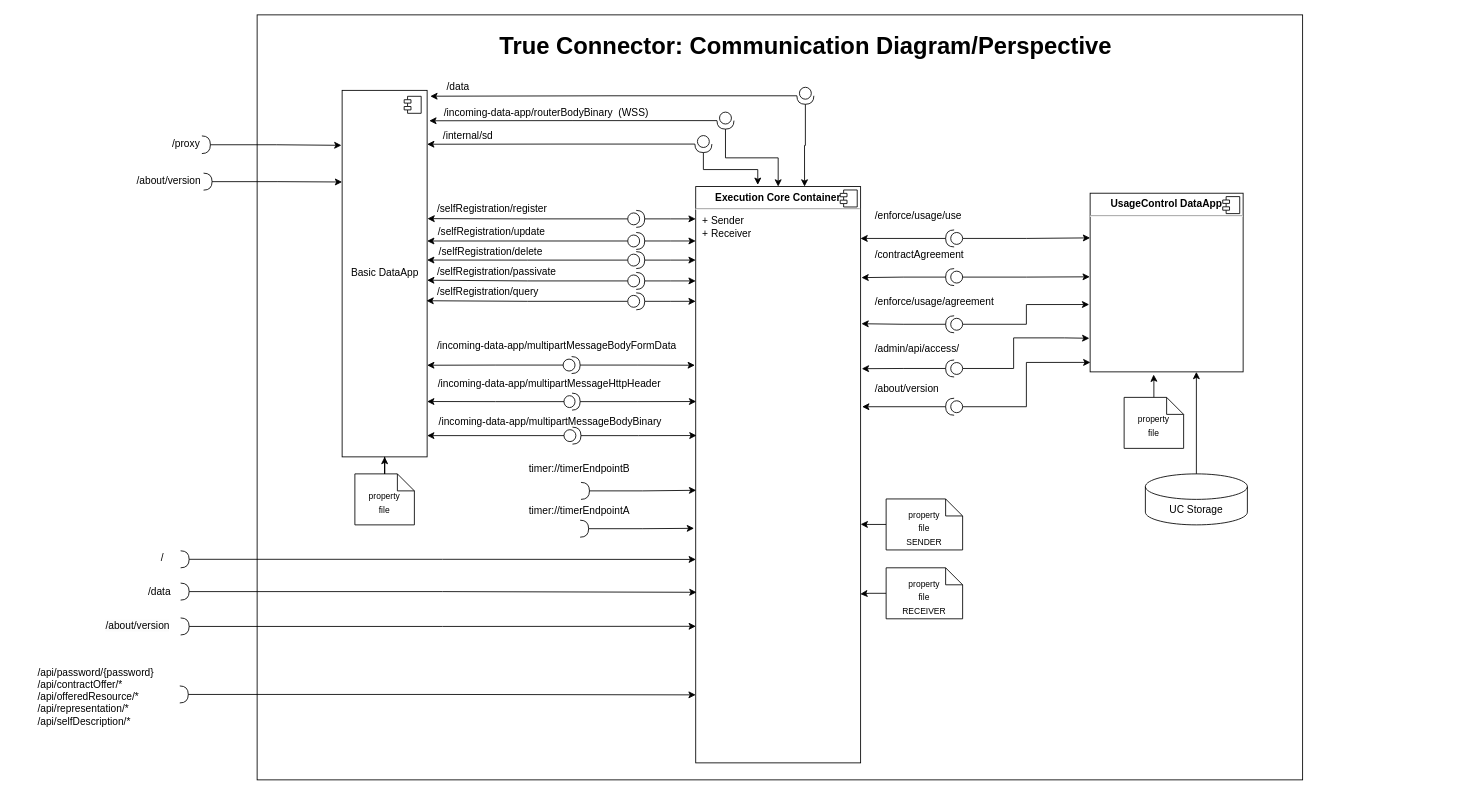
Above: doc/diagrams/TRUEConnector diagram.drawio in Engineering-Research-and-Development/true-connector (draw.io), before the change. Source tidied: cells renumbered, new cells numbered last; positions are measured from the earlier drawing's top-left corner, leaving out a move shared by most shapes. Both pictures are drawn from the tidied source at 85%, with x=0, y=0 at pixel (36, 14).
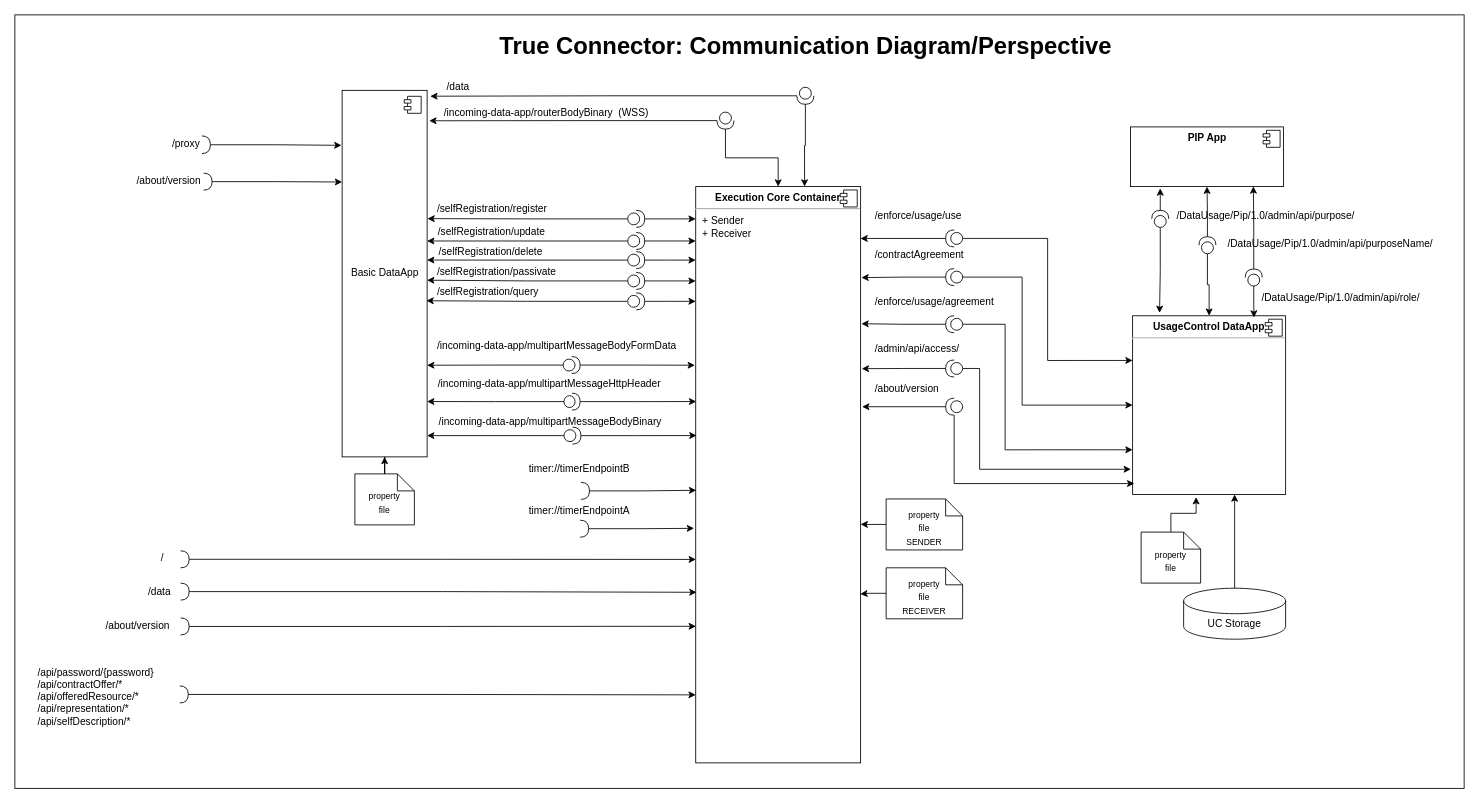
Above is the later version.

The change refers to these unchanged cells:
```xml
<mxCell id="3" value="Basic DataApp" style="html=1;" parent="1" vertex="1">
  <mxGeometry x="360" y="88.8" width="100" height="431.2" as="geometry" />
</mxCell>
<mxCell id="17" value="&lt;p style=&quot;margin:0px;margin-top:6px;text-align:center;&quot;&gt;&lt;b&gt;Execution Core Container&lt;/b&gt;&lt;/p&gt;&lt;hr&gt;&lt;p style=&quot;margin:0px;margin-left:8px;&quot;&gt;+ Sender&lt;br&gt;+ Receiver&lt;/p&gt;" style="align=left;overflow=fill;html=1;" parent="1" vertex="1">
  <mxGeometry x="776" y="202" width="194" height="678" as="geometry" />
</mxCell>
<mxCell id="79" style="shape=providedRequiredInterface;html=1;verticalLabelPosition=bottom;sketch=0;direction=west;" parent="1" vertex="1">
  <mxGeometry x="1070" y="298.5" width="20" height="20" as="geometry" />
</mxCell>
<mxCell id="82" style="shape=providedRequiredInterface;html=1;verticalLabelPosition=bottom;sketch=0;direction=west;" parent="1" vertex="1">
  <mxGeometry x="1070" y="354" width="20" height="20" as="geometry" />
</mxCell>
<mxCell id="86" style="shape=providedRequiredInterface;html=1;verticalLabelPosition=bottom;sketch=0;direction=west;" parent="1" vertex="1">
  <mxGeometry x="1070" y="406" width="20" height="20" as="geometry" />
</mxCell>
<mxCell id="108" style="shape=providedRequiredInterface;html=1;verticalLabelPosition=bottom;sketch=0;direction=west;" parent="1" vertex="1">
  <mxGeometry x="1070" y="451" width="20" height="20" as="geometry" />
</mxCell>
```

Diff of the diagram source:
```diff
@@
-    <mxCell id="2" style="rounded=0;whiteSpace=wrap;html=1;fontSize=10;" parent="1" vertex="1">
-      <mxGeometry x="260" width="1230" height="900" as="geometry" />
-    </mxCell>
+    <mxCell id="109" style="rounded=0;whiteSpace=wrap;html=1;" parent="1" vertex="1">
+      <mxGeometry x="-25" width="1705" height="910" as="geometry" />
+    </mxCell>
@@
     <mxCell id="5" value="&lt;p style=&quot;margin:0px;margin-top:6px;text-align:center;&quot;&gt;&lt;b&gt;UsageControl DataApp&lt;/b&gt;&lt;/p&gt;&lt;hr&gt;&lt;p style=&quot;margin:0px;margin-left:8px;&quot;&gt;&lt;br&gt;&lt;/p&gt;" style="align=left;overflow=fill;html=1;" parent="1" vertex="1">
-      <mxGeometry x="1240" y="209.8" width="180" height="210.2" as="geometry" />
+      <mxGeometry x="1290" y="354" width="180" height="210.2" as="geometry" />
     </mxCell>
@@
-    <mxCell id="23" value="/internal/sd" style="text;whiteSpace=wrap;html=1;" parent="1" vertex="1">
-      <mxGeometry x="477" y="128.1" width="90" height="30" as="geometry" />
-    </mxCell>
@@
     <mxCell id="36" value="UC Storage" style="shape=cylinder3;whiteSpace=wrap;html=1;boundedLbl=1;backgroundOutline=1;size=15;" parent="1" vertex="1">
-      <mxGeometry x="1305" y="540" width="120" height="60" as="geometry" />
+      <mxGeometry x="1350" y="674.5" width="120" height="60" as="geometry" />
     </mxCell>
@@
-    <mxCell id="39" style="edgeStyle=orthogonalEdgeStyle;rounded=0;jettySize=auto;html=1;" parent="1" edge="1" source="41">
-      <mxGeometry relative="1" as="geometry">
-        <mxPoint x="849" y="200" as="targetPoint" />
-        <Array as="points">
-          <mxPoint x="785" y="182" />
-          <mxPoint x="849" y="182" />
-        </Array>
-      </mxGeometry>
-    </mxCell>
-    <mxCell id="40" style="edgeStyle=orthogonalEdgeStyle;rounded=0;jettySize=auto;html=1;entryX=1;entryY=0.147;entryDx=0;entryDy=0;entryPerimeter=0;" parent="1" edge="1" source="41" target="3">
-      <mxGeometry relative="1" as="geometry" />
-    </mxCell>
-    <mxCell id="41" style="shape=providedRequiredInterface;html=1;verticalLabelPosition=bottom;sketch=0;direction=south;" parent="1" vertex="1">
-      <mxGeometry x="775" y="142" width="20" height="20" as="geometry" />
-    </mxCell>
@@
-    <mxCell id="78" style="edgeStyle=orthogonalEdgeStyle;rounded=0;jettySize=auto;html=1;entryX=-0.002;entryY=0.468;entryDx=0;entryDy=0;entryPerimeter=0;fontSize=10;" parent="1" edge="1" source="79" target="5">
-      <mxGeometry relative="1" as="geometry" />
+    <mxCell id="78" style="edgeStyle=orthogonalEdgeStyle;rounded=0;jettySize=auto;html=1;entryX=0;entryY=0.5;entryDx=0;entryDy=0;" parent="1" edge="1" source="79" target="5">
+      <mxGeometry relative="1" as="geometry">
+        <Array as="points">
+          <mxPoint x="1160" y="309" />
+          <mxPoint x="1160" y="459" />
+        </Array>
+      </mxGeometry>
     </mxCell>
@@
-    <mxCell id="81" style="edgeStyle=orthogonalEdgeStyle;rounded=0;jettySize=auto;html=1;entryX=-0.006;entryY=0.623;entryDx=0;entryDy=0;entryPerimeter=0;fontSize=10;" parent="1" edge="1" source="82" target="5">
-      <mxGeometry relative="1" as="geometry" />
+    <mxCell id="81" style="edgeStyle=orthogonalEdgeStyle;rounded=0;jettySize=auto;html=1;entryX=0;entryY=0.75;entryDx=0;entryDy=0;" parent="1" edge="1" source="82" target="5">
+      <mxGeometry relative="1" as="geometry">
+        <Array as="points">
+          <mxPoint x="1140" y="364" />
+          <mxPoint x="1140" y="512" />
+        </Array>
+      </mxGeometry>
     </mxCell>
@@
+    <mxCell id="85" style="edgeStyle=orthogonalEdgeStyle;rounded=0;jettySize=auto;html=1;fontSize=10;entryX=1.007;entryY=0.316;entryDx=0;entryDy=0;entryPerimeter=0;" parent="1" edge="1" source="86" target="17">
+      <mxGeometry relative="1" as="geometry" />
+    </mxCell>
-    <mxCell id="84" style="edgeStyle=orthogonalEdgeStyle;rounded=0;jettySize=auto;html=1;fontSize=10;entryX=-0.005;entryY=0.812;entryDx=0;entryDy=0;entryPerimeter=0;" parent="1" edge="1" source="86" target="5">
+    <mxCell id="84" style="edgeStyle=orthogonalEdgeStyle;rounded=0;jettySize=auto;html=1;entryX=-0.011;entryY=0.859;entryDx=0;entryDy=0;entryPerimeter=0;" parent="1" edge="1" source="86" target="5">
       <mxGeometry relative="1" as="geometry">
         <Array as="points">
-          <mxPoint x="1150" y="416" />
-          <mxPoint x="1150" y="380" />
-          <mxPoint x="1210" y="380" />
+          <mxPoint x="1110" y="416" />
+          <mxPoint x="1110" y="535" />
         </Array>
       </mxGeometry>
     </mxCell>
-    <mxCell id="85" style="edgeStyle=orthogonalEdgeStyle;rounded=0;jettySize=auto;html=1;fontSize=10;entryX=1.007;entryY=0.316;entryDx=0;entryDy=0;entryPerimeter=0;" parent="1" edge="1" source="86" target="17">
-      <mxGeometry relative="1" as="geometry" />
-    </mxCell>
@@
     <mxCell id="105" value="&lt;p style=&quot;line-height: 30%;&quot;&gt;&lt;font style=&quot;font-size: 10px;&quot;&gt;property&lt;br&gt;file&lt;br&gt;&lt;/font&gt;&lt;/p&gt;" style="shape=note;size=20;whiteSpace=wrap;html=1;fontSize=30;" parent="1" vertex="1">
-      <mxGeometry x="1280" y="450" width="70" height="60" as="geometry" />
+      <mxGeometry x="1300" y="608.5" width="70" height="60" as="geometry" />
     </mxCell>
+    <mxCell id="107" style="edgeStyle=orthogonalEdgeStyle;rounded=0;jettySize=auto;html=1;entryX=1.009;entryY=0.382;entryDx=0;entryDy=0;entryPerimeter=0;fontSize=10;" parent="1" edge="1" source="108" target="17">
+      <mxGeometry relative="1" as="geometry" />
+    </mxCell>
-    <mxCell id="106" style="edgeStyle=orthogonalEdgeStyle;rounded=0;jettySize=auto;html=1;entryX=0.002;entryY=0.947;entryDx=0;entryDy=0;entryPerimeter=0;fontSize=10;" parent="1" edge="1" source="108" target="5">
-      <mxGeometry relative="1" as="geometry" />
+    <mxCell id="106" style="edgeStyle=orthogonalEdgeStyle;rounded=0;jettySize=auto;html=1;entryX=0.011;entryY=0.939;entryDx=0;entryDy=0;entryPerimeter=0;" parent="1" edge="1" source="108" target="5">
+      <mxGeometry relative="1" as="geometry">
+        <Array as="points">
+          <mxPoint x="1080" y="551" />
+        </Array>
+      </mxGeometry>
     </mxCell>
-    <mxCell id="107" style="edgeStyle=orthogonalEdgeStyle;rounded=0;jettySize=auto;html=1;entryX=1.009;entryY=0.382;entryDx=0;entryDy=0;entryPerimeter=0;fontSize=10;" parent="1" edge="1" source="108" target="17">
-      <mxGeometry relative="1" as="geometry" />
-    </mxCell>
@@
+    <mxCell id="110" value="&lt;p style=&quot;margin:0px;margin-top:6px;text-align:center;&quot;&gt;&lt;b&gt;PIP App&lt;/b&gt;&lt;/p&gt;" style="align=left;overflow=fill;html=1;" parent="1" vertex="1">
+      <mxGeometry x="1287.5" y="131.8" width="180" height="70.2" as="geometry" />
+    </mxCell>
+    <mxCell id="111" style="shape=component;jettyWidth=8;jettyHeight=4;" parent="110" vertex="1">
+      <mxGeometry x="1" width="20" height="20" relative="1" as="geometry">
+        <mxPoint x="-24" y="4" as="offset" />
+      </mxGeometry>
+    </mxCell>
+    <mxCell id="112" style="edgeStyle=orthogonalEdgeStyle;rounded=0;jettySize=auto;html=1;entryX=0.194;entryY=1.031;entryDx=0;entryDy=0;entryPerimeter=0;" parent="1" edge="1" source="114" target="110">
+      <mxGeometry relative="1" as="geometry" />
+    </mxCell>
+    <mxCell id="113" style="edgeStyle=orthogonalEdgeStyle;rounded=0;jettySize=auto;html=1;entryX=0.176;entryY=-0.016;entryDx=0;entryDy=0;entryPerimeter=0;" parent="1" edge="1" source="114" target="5">
+      <mxGeometry relative="1" as="geometry" />
+    </mxCell>
+    <mxCell id="114" style="shape=providedRequiredInterface;html=1;verticalLabelPosition=bottom;sketch=0;direction=north;" parent="1" vertex="1">
+      <mxGeometry x="1312.5" y="230" width="20" height="20" as="geometry" />
+    </mxCell>
+    <mxCell id="115" style="edgeStyle=orthogonalEdgeStyle;rounded=0;jettySize=auto;html=1;entryX=0.5;entryY=1;entryDx=0;entryDy=0;" parent="1" edge="1" source="117" target="110">
+      <mxGeometry relative="1" as="geometry" />
+    </mxCell>
+    <mxCell id="116" style="edgeStyle=orthogonalEdgeStyle;rounded=0;jettySize=auto;html=1;entryX=0.5;entryY=0;entryDx=0;entryDy=0;" parent="1" edge="1" source="117" target="5">
+      <mxGeometry relative="1" as="geometry" />
+    </mxCell>
+    <mxCell id="117" style="shape=providedRequiredInterface;html=1;verticalLabelPosition=bottom;sketch=0;direction=north;" parent="1" vertex="1">
+      <mxGeometry x="1368" y="261" width="20" height="20" as="geometry" />
+    </mxCell>
+    <mxCell id="118" style="edgeStyle=orthogonalEdgeStyle;rounded=0;jettySize=auto;html=1;entryX=0.803;entryY=0.997;entryDx=0;entryDy=0;entryPerimeter=0;" parent="1" edge="1" source="120" target="110">
+      <mxGeometry relative="1" as="geometry" />
+    </mxCell>
+    <mxCell id="119" style="edgeStyle=orthogonalEdgeStyle;rounded=0;jettySize=auto;html=1;entryX=0.793;entryY=0.01;entryDx=0;entryDy=0;entryPerimeter=0;" parent="1" edge="1" source="120" target="5">
+      <mxGeometry relative="1" as="geometry" />
+    </mxCell>
+    <mxCell id="120" style="shape=providedRequiredInterface;html=1;verticalLabelPosition=bottom;sketch=0;direction=north;" parent="1" vertex="1">
+      <mxGeometry x="1422.5" y="299" width="20" height="20" as="geometry" />
+    </mxCell>
+    <mxCell id="121" value="/DataUsage/Pip/1.0/admin/api/purpose/" style="text;whiteSpace=wrap;html=1;" parent="1" vertex="1">
+      <mxGeometry x="1340" y="223" width="140" height="30" as="geometry" />
+    </mxCell>
+    <mxCell id="122" value="/DataUsage/Pip/1.0/admin/api/purposeName/" style="text;whiteSpace=wrap;html=1;" parent="1" vertex="1">
+      <mxGeometry x="1400" y="256" width="140" height="30" as="geometry" />
+    </mxCell>
+    <mxCell id="123" value="/DataUsage/Pip/1.0/admin/api/role/" style="text;whiteSpace=wrap;html=1;" parent="1" vertex="1">
+      <mxGeometry x="1440" y="318.5" width="140" height="30" as="geometry" />
+    </mxCell>
```
